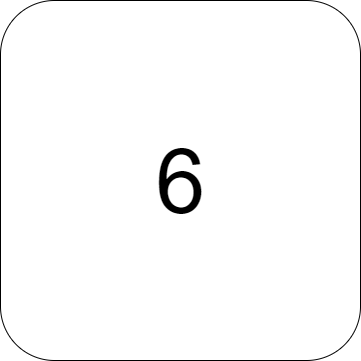
Above: Rush Hour Main/assets/MapButtons/6(A).png in zintom69/Game-Rush-Hour (draw.io), before the change. Source tidied: cells renumbered, new cells last; positions are measured from the earlier drawing's top-left corner, leaving out a move shared by most shapes.
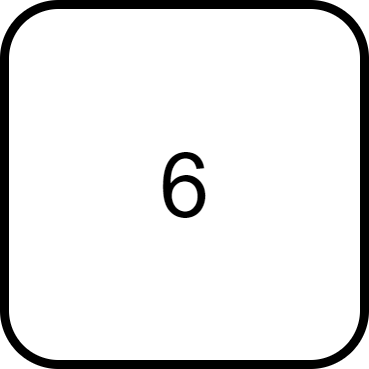
The same file after the commit.

The edit, as a diff of the source:
```diff
@@ -2,7 +2,7 @@
   <root>
     <mxCell id="0" />
     <mxCell id="1" parent="0" />
-    <mxCell id="2" value="&lt;span style=&quot;font-size: 90px;&quot;&gt;6&lt;/span&gt;" style="rounded=1;whiteSpace=wrap;html=1;" parent="1" vertex="1">
+    <mxCell id="2" value="&lt;span style=&quot;font-size: 90px;&quot;&gt;6&lt;/span&gt;" style="rounded=1;whiteSpace=wrap;html=1;strokeWidth=9;" parent="1" vertex="1">
       <mxGeometry width="360" height="360" as="geometry" />
     </mxCell>
   </root>
```
